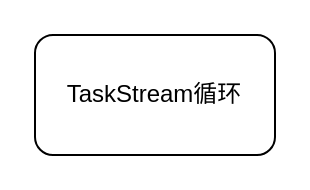
Before: checkpoint在非源节点的处理逻辑.drawio in BaoPiao/blog, a draw.io diagram. Source tidied: cells renumbered, new cells numbered last; positions are measured from the earlier drawing's top-left corner, leaving out a move shared by most shapes. Both pictures are drawn from the tidied source at 200%, with x=0, y=0 at pixel (34, 34).
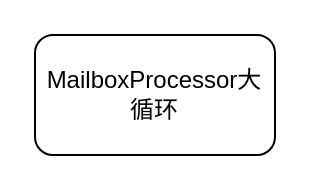
The same diagram, later.

Commit message:
更新checkpoint在非源节点的处理逻辑.drawio

Change to the diagram source:
```diff
@@
 <mxGraphModel>
   <root>
     <mxCell id="0" />
     <mxCell id="1" parent="0" />
-    <mxCell id="2" value="TaskStream循环" style="rounded=1;whiteSpace=wrap;html=1;" parent="1" vertex="1">
+    <mxCell id="2" value="MailboxProcessor大循环" style="rounded=1;whiteSpace=wrap;html=1;" parent="1" vertex="1">
       <mxGeometry width="120" height="60" as="geometry" />
     </mxCell>
   </root>
 </mxGraphModel>
```
